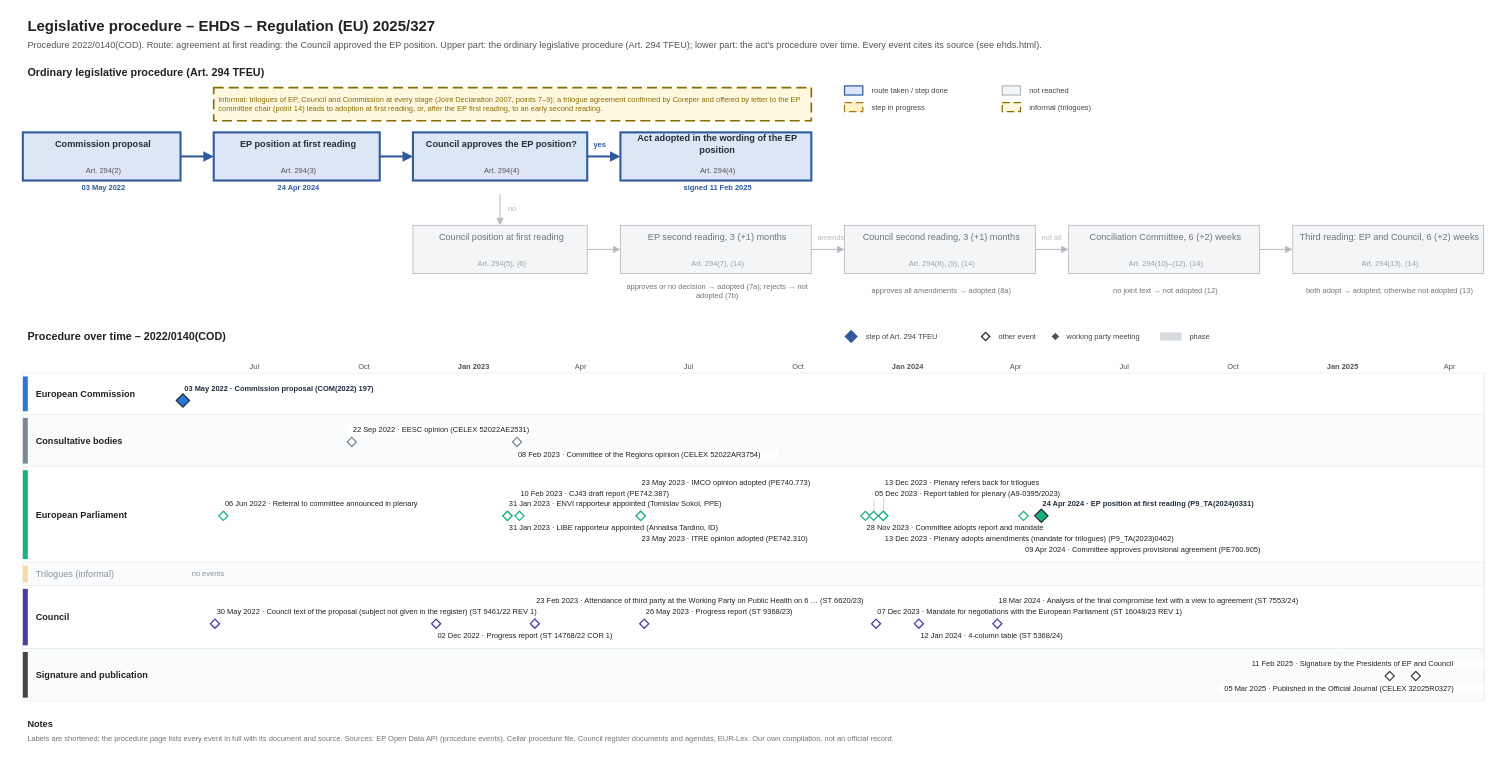
git-z0man/eu-regulation-timeline keeps this draw.io diagram as procedures/ehds.drawio. Above is the earlier version. Source tidied: cells renumbered, new cells numbered last; positions are measured from the earlier drawing's top-left corner, leaving out a move shared by most shapes. Both pictures are drawn from the tidied source at 83%, with x=0, y=0 at pixel (14, 14).
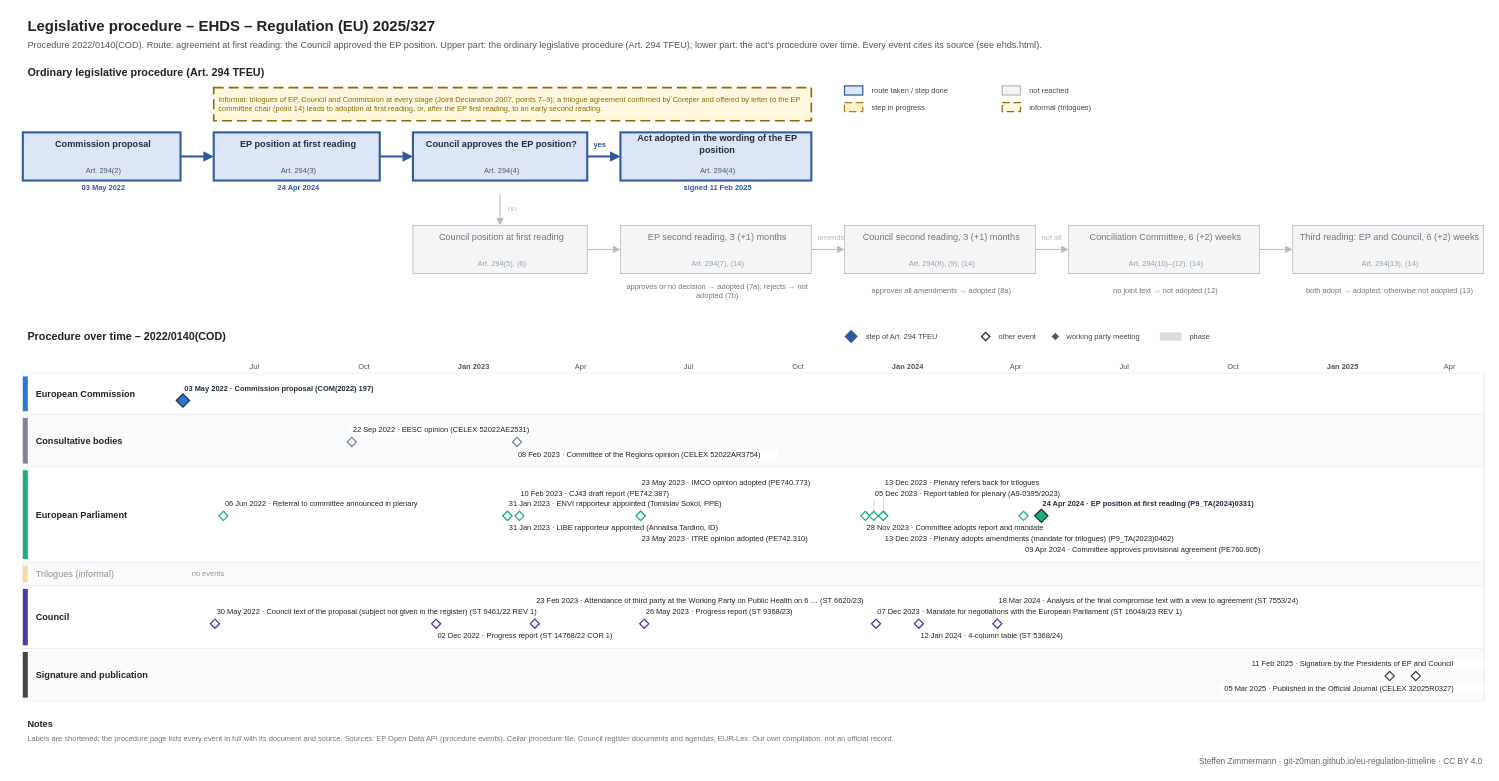
After the change.

Diff of the diagram source:
```diff
@@
+    <mxCell id="197" value="Steffen Zimmermann · git-z0man.github.io/eu-regulation-timeline · CC BY 4.0" style="text;html=1;fontSize=10;fontColor=#5b646b;align=right;verticalAlign=middle;spacingLeft=4;" parent="1" vertex="1">
+      <mxGeometry x="10" y="891" width="1760" height="16" as="geometry" />
+    </mxCell>
```
